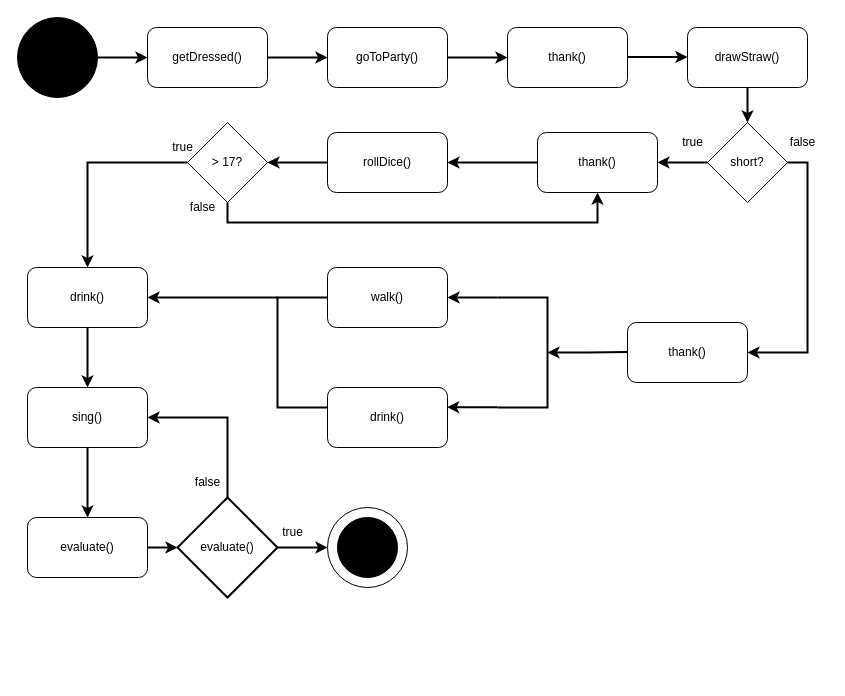
This is AufgabeParty.drawio from Gashunk/UML-Klassendiagramme, a draw.io file, before an edit. Source tidied: cells renumbered, new cells numbered last; positions are measured from the earlier drawing's top-left corner, leaving out a move shared by most shapes. Both pictures are drawn from the tidied source at 100%, with x=0, y=0 at pixel (17, 17).
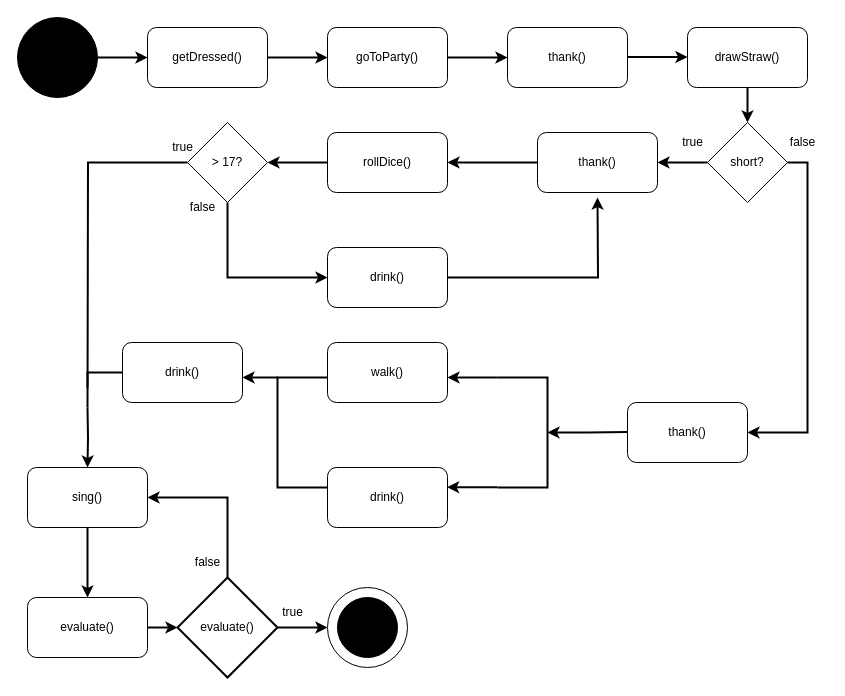
Above is the later version.

Unchanged cells that the change refers to:
```xml
<mxCell id="17" value="&amp;gt; 17?" style="rhombus;whiteSpace=wrap;html=1;strokeColor=#000000;fillColor=#FFFFFF;" parent="1" vertex="1">
  <mxGeometry x="170" y="105" width="80" height="80" as="geometry" />
</mxCell>
<mxCell id="31" value="thank()" style="rounded=1;whiteSpace=wrap;html=1;strokeColor=#000000;fillColor=#FFFFFF;" parent="1" vertex="1">
  <mxGeometry x="520" y="115" width="120" height="60" as="geometry" />
</mxCell>
```

What changed in the source:
```diff
@@
     <mxCell id="12" style="strokeWidth=2;html=1;shape=mxgraph.flowchart.annotation_1;align=left;strokeColor=#000000;fillColor=#FFFFFF;rotation=-180;" parent="1" vertex="1">
-      <mxGeometry x="480" y="280" width="50" height="110" as="geometry" />
+      <mxGeometry x="480" y="360" width="50" height="110" as="geometry" />
     </mxCell>
@@
-    <mxCell id="15" style="edgeStyle=orthogonalEdgeStyle;rounded=0;jettySize=auto;html=1;exitX=0.5;exitY=1;exitDx=0;exitDy=0;entryX=0.5;entryY=1;entryDx=0;entryDy=0;strokeWidth=2;" parent="1" edge="1" source="17" target="31">
+    <mxCell id="15" style="edgeStyle=orthogonalEdgeStyle;rounded=0;jettySize=auto;html=1;exitX=0.5;exitY=1;exitDx=0;exitDy=0;entryX=0;entryY=0.5;entryDx=0;entryDy=0;strokeWidth=2;" parent="1" edge="1" source="17" target="51">
       <mxGeometry relative="1" as="geometry" />
     </mxCell>
-    <mxCell id="16" style="edgeStyle=orthogonalEdgeStyle;rounded=0;jettySize=auto;html=1;exitX=0;exitY=0.5;exitDx=0;exitDy=0;entryX=0.5;entryY=0;entryDx=0;entryDy=0;strokeWidth=2;" parent="1" edge="1" source="17" target="19">
-      <mxGeometry relative="1" as="geometry" />
-    </mxCell>
+    <mxCell id="48" style="edgeStyle=orthogonalEdgeStyle;rounded=0;jettySize=auto;html=1;exitX=0;exitY=0.5;exitDx=0;exitDy=0;strokeWidth=2;endArrow=none;endFill=0;" parent="1" edge="1" source="17">
+      <mxGeometry relative="1" as="geometry">
+        <mxPoint x="70" y="390" as="targetPoint" />
+      </mxGeometry>
+    </mxCell>
@@
-    <mxCell id="18" style="edgeStyle=orthogonalEdgeStyle;rounded=0;sketch=0;jettySize=auto;html=1;exitX=0.5;exitY=1;exitDx=0;exitDy=0;entryX=0.5;entryY=0;entryDx=0;entryDy=0;shadow=0;strokeColor=default;strokeWidth=2;startArrow=none;startFill=0;endArrow=classic;endFill=1;targetPerimeterSpacing=0;fillColor=#000000;" parent="1" edge="1" source="19" target="37">
-      <mxGeometry relative="1" as="geometry" />
+    <mxCell id="18" style="edgeStyle=orthogonalEdgeStyle;rounded=0;sketch=0;jettySize=auto;html=1;exitX=0.5;exitY=1;exitDx=0;exitDy=0;entryX=0.5;entryY=0;entryDx=0;entryDy=0;shadow=0;strokeColor=default;strokeWidth=2;startArrow=none;startFill=0;endArrow=classic;endFill=1;targetPerimeterSpacing=0;fillColor=#000000;" parent="1" edge="1" target="37">
+      <mxGeometry relative="1" as="geometry">
+        <mxPoint x="70" y="390" as="sourcePoint" />
+      </mxGeometry>
     </mxCell>
-    <mxCell id="19" value="drink()" style="rounded=1;whiteSpace=wrap;html=1;strokeColor=#000000;fillColor=#FFFFFF;" parent="1" vertex="1">
-      <mxGeometry x="10" y="250" width="120" height="60" as="geometry" />
-    </mxCell>
@@
     <mxCell id="22" value="walk()" style="rounded=1;whiteSpace=wrap;html=1;strokeColor=#000000;fillColor=#FFFFFF;" parent="1" vertex="1">
-      <mxGeometry x="310" y="250" width="120" height="60" as="geometry" />
+      <mxGeometry x="310" y="325" width="120" height="60" as="geometry" />
     </mxCell>
     <mxCell id="23" value="drink()" style="rounded=1;whiteSpace=wrap;html=1;strokeColor=#000000;fillColor=#FFFFFF;" parent="1" vertex="1">
-      <mxGeometry x="310" y="370" width="120" height="60" as="geometry" />
+      <mxGeometry x="310" y="450" width="120" height="60" as="geometry" />
     </mxCell>
-    <mxCell id="24" style="edgeStyle=orthogonalEdgeStyle;rounded=0;sketch=0;jettySize=auto;html=1;exitX=1;exitY=1;exitDx=0;exitDy=0;exitPerimeter=0;entryX=1;entryY=0.5;entryDx=0;entryDy=0;shadow=0;strokeColor=#000000;targetPerimeterSpacing=0;fillColor=#000000;strokeWidth=2;" parent="1" edge="1" target="22">
+    <mxCell id="24" style="edgeStyle=orthogonalEdgeStyle;rounded=0;sketch=0;orthogonalLoop=1;jettySize=auto;html=1;exitX=1;exitY=1;exitDx=0;exitDy=0;exitPerimeter=0;entryX=1;entryY=0.5;entryDx=0;entryDy=0;shadow=0;strokeColor=#000000;targetPerimeterSpacing=0;fillColor=#000000;strokeWidth=2;" parent="1" edge="1">
       <mxGeometry relative="1" as="geometry">
-        <mxPoint x="480" y="280" as="sourcePoint" />
+        <mxPoint x="480" y="360" as="sourcePoint" />
+        <mxPoint x="430" y="360" as="targetPoint" />
         <Array as="points">
-          <mxPoint x="470" y="280" />
-          <mxPoint x="470" y="280" />
+          <mxPoint x="470" y="360" />
+          <mxPoint x="470" y="360" />
         </Array>
       </mxGeometry>
     </mxCell>
     <mxCell id="25" style="edgeStyle=orthogonalEdgeStyle;rounded=0;sketch=0;jettySize=auto;html=1;exitX=1;exitY=0;exitDx=0;exitDy=0;exitPerimeter=0;entryX=0.997;entryY=0.328;entryDx=0;entryDy=0;entryPerimeter=0;shadow=0;strokeColor=#000000;targetPerimeterSpacing=0;fillColor=#000000;strokeWidth=2;" parent="1" edge="1" target="23">
       <mxGeometry relative="1" as="geometry">
-        <mxPoint x="480" y="390" as="sourcePoint" />
+        <mxPoint x="480" y="470" as="sourcePoint" />
         <Array as="points">
-          <mxPoint x="430" y="390" />
+          <mxPoint x="430" y="470" />
         </Array>
       </mxGeometry>
     </mxCell>
@@
     <mxCell id="30" value="thank()" style="rounded=1;whiteSpace=wrap;html=1;strokeColor=#000000;fillColor=#FFFFFF;" parent="1" vertex="1">
-      <mxGeometry x="610" y="305" width="120" height="60" as="geometry" />
+      <mxGeometry x="610" y="385" width="120" height="60" as="geometry" />
     </mxCell>
@@
     <mxCell id="33" style="edgeStyle=orthogonalEdgeStyle;rounded=0;jettySize=auto;html=1;exitX=0;exitY=0.5;exitDx=0;exitDy=0;entryX=0;entryY=0.5;entryDx=0;entryDy=0;strokeWidth=2;startArrow=none;fontStyle=1;entryPerimeter=0;" parent="1" edge="1" target="12">
       <mxGeometry relative="1" as="geometry">
-        <mxPoint x="610" y="334.6" as="sourcePoint" />
+        <mxPoint x="610" y="414.6" as="sourcePoint" />
       </mxGeometry>
     </mxCell>
-    <mxCell id="34" style="edgeStyle=orthogonalEdgeStyle;rounded=0;sketch=0;jettySize=auto;html=1;exitX=0;exitY=0;exitDx=0;exitDy=0;exitPerimeter=0;shadow=0;strokeColor=default;strokeWidth=2;startArrow=none;startFill=0;endArrow=classic;endFill=1;targetPerimeterSpacing=0;fillColor=#000000;" parent="1" edge="1" source="35" target="19">
-      <mxGeometry relative="1" as="geometry">
-        <Array as="points">
-          <mxPoint x="220" y="280" />
-          <mxPoint x="220" y="280" />
-        </Array>
-      </mxGeometry>
-    </mxCell>
+    <mxCell id="49" style="edgeStyle=orthogonalEdgeStyle;rounded=0;jettySize=auto;html=1;exitX=0;exitY=0;exitDx=0;exitDy=0;exitPerimeter=0;entryX=1;entryY=0.595;entryDx=0;entryDy=0;entryPerimeter=0;strokeWidth=2;endArrow=classic;endFill=1;" parent="1" edge="1" source="35" target="53">
+      <mxGeometry relative="1" as="geometry" />
+    </mxCell>
     <mxCell id="35" style="strokeWidth=2;html=1;shape=mxgraph.flowchart.annotation_1;align=left;strokeColor=#000000;fillColor=#FFFFFF;" parent="1" vertex="1">
-      <mxGeometry x="260" y="280" width="50" height="110" as="geometry" />
+      <mxGeometry x="260" y="360" width="50" height="110" as="geometry" />
     </mxCell>
@@
     <mxCell id="37" value="sing()" style="rounded=1;whiteSpace=wrap;html=1;strokeColor=#000000;fillColor=#FFFFFF;" parent="1" vertex="1">
-      <mxGeometry x="10" y="370" width="120" height="60" as="geometry" />
+      <mxGeometry x="10" y="450" width="120" height="60" as="geometry" />
     </mxCell>
@@
     <mxCell id="40" value="evaluate()" style="strokeWidth=2;html=1;shape=mxgraph.flowchart.decision;whiteSpace=wrap;strokeColor=#000000;fillColor=#FFFFFF;" parent="1" vertex="1">
-      <mxGeometry x="160" y="480" width="100" height="100" as="geometry" />
+      <mxGeometry x="160" y="560" width="100" height="100" as="geometry" />
     </mxCell>
@@
     <mxCell id="42" value="evaluate()" style="rounded=1;whiteSpace=wrap;html=1;strokeColor=#000000;fillColor=#FFFFFF;" parent="1" vertex="1">
-      <mxGeometry x="10" y="500" width="120" height="60" as="geometry" />
+      <mxGeometry x="10" y="580" width="120" height="60" as="geometry" />
     </mxCell>
     <mxCell id="43" value="&lt;div&gt;false&lt;/div&gt;" style="text;html=1;align=center;verticalAlign=middle;strokeColor=none;fillColor=none;" parent="1" vertex="1">
-      <mxGeometry x="165" y="450" width="50" height="30" as="geometry" />
+      <mxGeometry x="165" y="530" width="50" height="30" as="geometry" />
     </mxCell>
     <mxCell id="44" style="ellipse;whiteSpace=wrap;html=1;strokeColor=#000000;fillColor=#FFFFFF;" parent="1" vertex="1">
-      <mxGeometry x="310" y="490" width="80" height="80" as="geometry" />
+      <mxGeometry x="310" y="570" width="80" height="80" as="geometry" />
     </mxCell>
     <mxCell id="45" style="ellipse;whiteSpace=wrap;html=1;strokeColor=#000000;fillColor=#000000;" parent="1" vertex="1">
-      <mxGeometry x="320" y="500" width="60" height="60" as="geometry" />
+      <mxGeometry x="320" y="580" width="60" height="60" as="geometry" />
     </mxCell>
     <mxCell id="46" value="true" style="text;html=1;align=center;verticalAlign=middle;strokeColor=none;fillColor=none;" parent="1" vertex="1">
-      <mxGeometry x="255" y="500" width="40" height="30" as="geometry" />
+      <mxGeometry x="255" y="580" width="40" height="30" as="geometry" />
     </mxCell>
@@
+    <mxCell id="50" style="edgeStyle=orthogonalEdgeStyle;rounded=0;jettySize=auto;html=1;exitX=1;exitY=0.5;exitDx=0;exitDy=0;strokeWidth=2;" parent="1" edge="1" source="51">
+      <mxGeometry relative="1" as="geometry">
+        <mxPoint x="580" y="180" as="targetPoint" />
+      </mxGeometry>
+    </mxCell>
+    <mxCell id="51" value="drink()" style="rounded=1;whiteSpace=wrap;html=1;strokeColor=#000000;fillColor=#FFFFFF;" parent="1" vertex="1">
+      <mxGeometry x="310" y="230" width="120" height="60" as="geometry" />
+    </mxCell>
+    <mxCell id="52" style="edgeStyle=orthogonalEdgeStyle;rounded=0;jettySize=auto;html=1;exitX=0;exitY=0.5;exitDx=0;exitDy=0;strokeWidth=2;endArrow=none;endFill=0;" parent="1" edge="1" source="53">
+      <mxGeometry relative="1" as="geometry">
+        <mxPoint x="70" y="369.9" as="targetPoint" />
+      </mxGeometry>
+    </mxCell>
+    <mxCell id="53" value="drink()" style="rounded=1;whiteSpace=wrap;html=1;strokeColor=#000000;fillColor=#FFFFFF;" parent="1" vertex="1">
+      <mxGeometry x="105" y="325" width="120" height="60" as="geometry" />
+    </mxCell>
```
